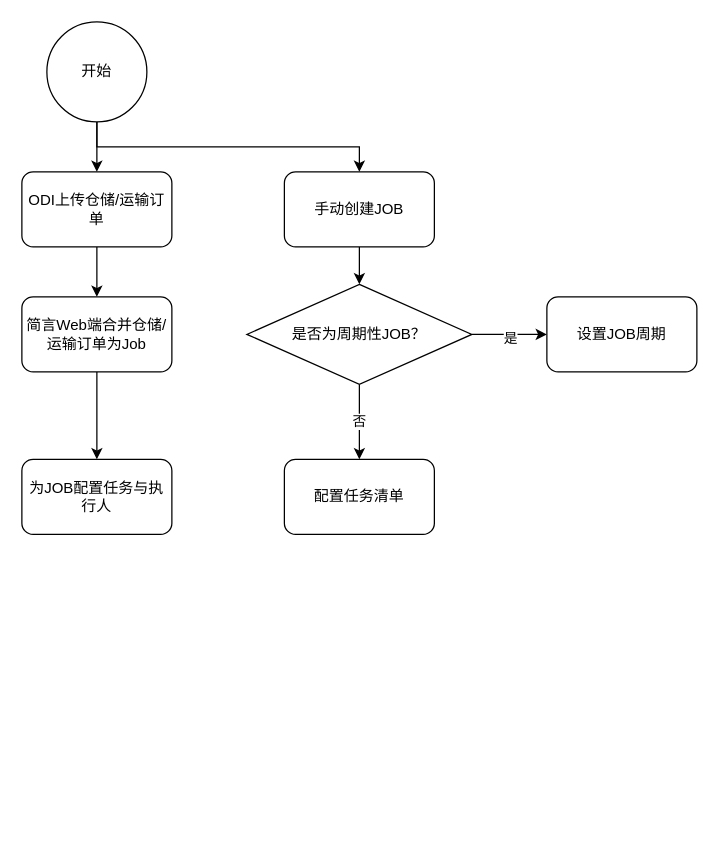
Before: 简言业务流程图.drawio in FrankKirin/PM_works, a draw.io diagram. Source tidied: cells renumbered, new cells numbered last; positions are measured from the earlier drawing's top-left corner, leaving out a move shared by most shapes. Both pictures are drawn from the tidied source at 125%, with x=0, y=0 at pixel (21, 21).
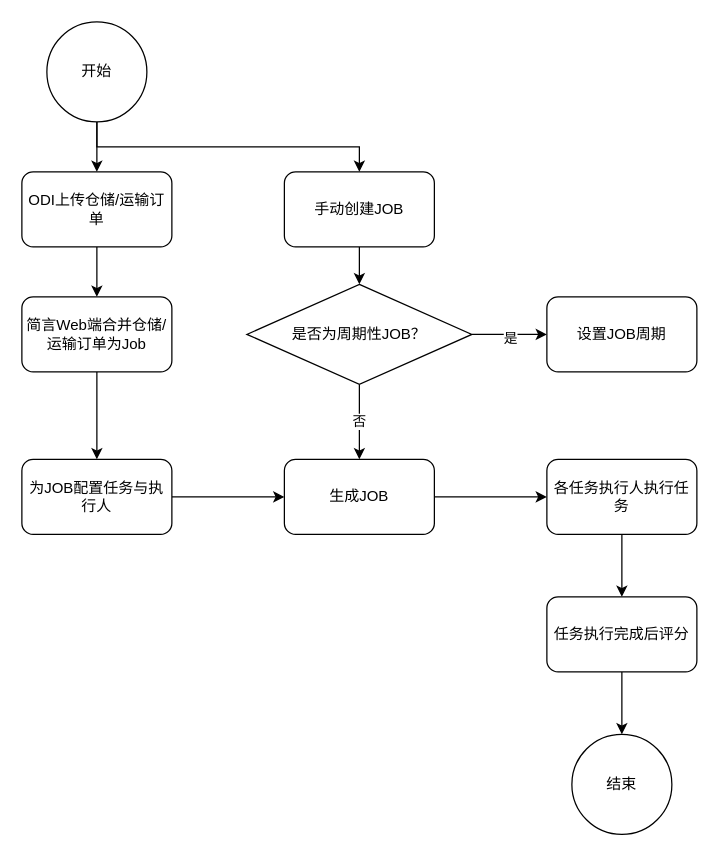
Above is the later version.

Commit message:
Update 简言业务流程图.drawio

Unchanged cells that the change refers to:
```xml
<mxCell id="9" value="为JOB配置任务与执行人" style="rounded=1;whiteSpace=wrap;html=1;" parent="1" vertex="1">
  <mxGeometry y="350" width="120" height="60" as="geometry" />
</mxCell>
<mxCell id="15" value="是否为周期性JOB？" style="rhombus;whiteSpace=wrap;html=1;" parent="1" vertex="1">
  <mxGeometry x="180" y="210" width="180" height="80" as="geometry" />
</mxCell>
```

The edit, as a diff of the source:
```diff
@@
+    <mxCell id="18" style="edgeStyle=orthogonalEdgeStyle;rounded=0;jettySize=auto;html=1;exitX=1;exitY=0.5;exitDx=0;exitDy=0;entryX=0;entryY=0.5;entryDx=0;entryDy=0;" parent="1" edge="1" source="9" target="20">
+      <mxGeometry relative="1" as="geometry" />
+    </mxCell>
@@
-    <mxCell id="14" value="否" style="edgeStyle=orthogonalEdgeStyle;rounded=0;jettySize=auto;html=1;exitX=0.5;exitY=1;exitDx=0;exitDy=0;" parent="1" edge="1" source="15" target="17">
+    <mxCell id="14" value="否" style="edgeStyle=orthogonalEdgeStyle;rounded=0;jettySize=auto;html=1;exitX=0.5;exitY=1;exitDx=0;exitDy=0;entryX=0.5;entryY=0;entryDx=0;entryDy=0;" parent="1" edge="1" source="15" target="20">
       <mxGeometry relative="1" as="geometry" />
     </mxCell>
@@
-    <mxCell id="17" value="配置任务清单" style="rounded=1;whiteSpace=wrap;html=1;" parent="1" vertex="1">
-      <mxGeometry x="210" y="350" width="120" height="60" as="geometry" />
-    </mxCell>
+    <mxCell id="19" style="edgeStyle=orthogonalEdgeStyle;rounded=0;jettySize=auto;html=1;exitX=1;exitY=0.5;exitDx=0;exitDy=0;entryX=0;entryY=0.5;entryDx=0;entryDy=0;" parent="1" edge="1" source="20" target="22">
+      <mxGeometry relative="1" as="geometry" />
+    </mxCell>
+    <mxCell id="20" value="生成JOB" style="rounded=1;whiteSpace=wrap;html=1;" parent="1" vertex="1">
+      <mxGeometry x="210" y="350" width="120" height="60" as="geometry" />
+    </mxCell>
+    <mxCell id="21" style="edgeStyle=orthogonalEdgeStyle;rounded=0;jettySize=auto;html=1;exitX=0.5;exitY=1;exitDx=0;exitDy=0;entryX=0.5;entryY=0;entryDx=0;entryDy=0;" parent="1" edge="1" source="22" target="24">
+      <mxGeometry relative="1" as="geometry" />
+    </mxCell>
+    <mxCell id="22" value="各任务执行人执行任务" style="rounded=1;whiteSpace=wrap;html=1;" parent="1" vertex="1">
+      <mxGeometry x="420" y="350" width="120" height="60" as="geometry" />
+    </mxCell>
+    <mxCell id="23" style="edgeStyle=orthogonalEdgeStyle;rounded=0;jettySize=auto;html=1;exitX=0.5;exitY=1;exitDx=0;exitDy=0;entryX=0.5;entryY=0;entryDx=0;entryDy=0;" parent="1" edge="1" source="24" target="25">
+      <mxGeometry relative="1" as="geometry" />
+    </mxCell>
+    <mxCell id="24" value="任务执行完成后评分" style="rounded=1;whiteSpace=wrap;html=1;" parent="1" vertex="1">
+      <mxGeometry x="420" y="460" width="120" height="60" as="geometry" />
+    </mxCell>
+    <mxCell id="25" value="结束" style="ellipse;whiteSpace=wrap;html=1;" parent="1" vertex="1">
+      <mxGeometry x="440" y="570" width="80" height="80" as="geometry" />
+    </mxCell>
```
